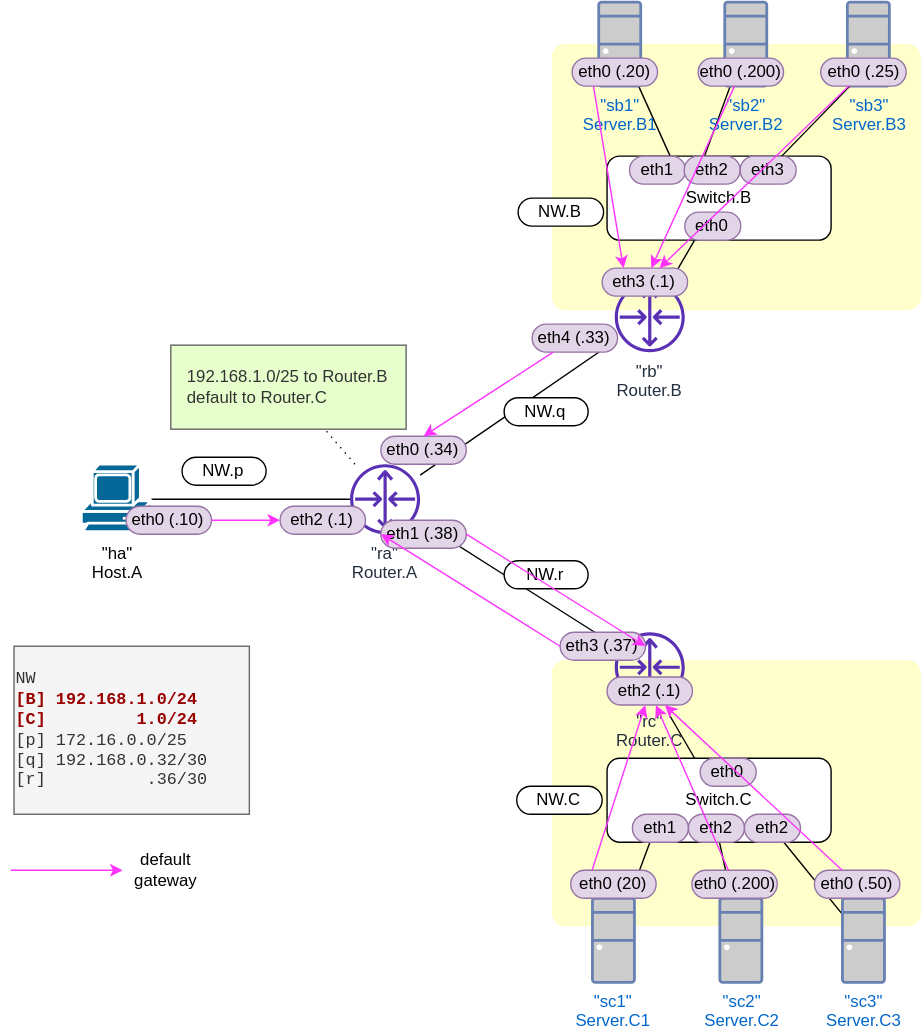
Before: exercise_docs/l3nw1/topology.drawio.svg, a diagram exported from draw.io (infra-handson/network-training). Source tidied: cells renumbered, new cells last; positions are measured from the earlier drawing's top-left corner, leaving out a move shared by most shapes.
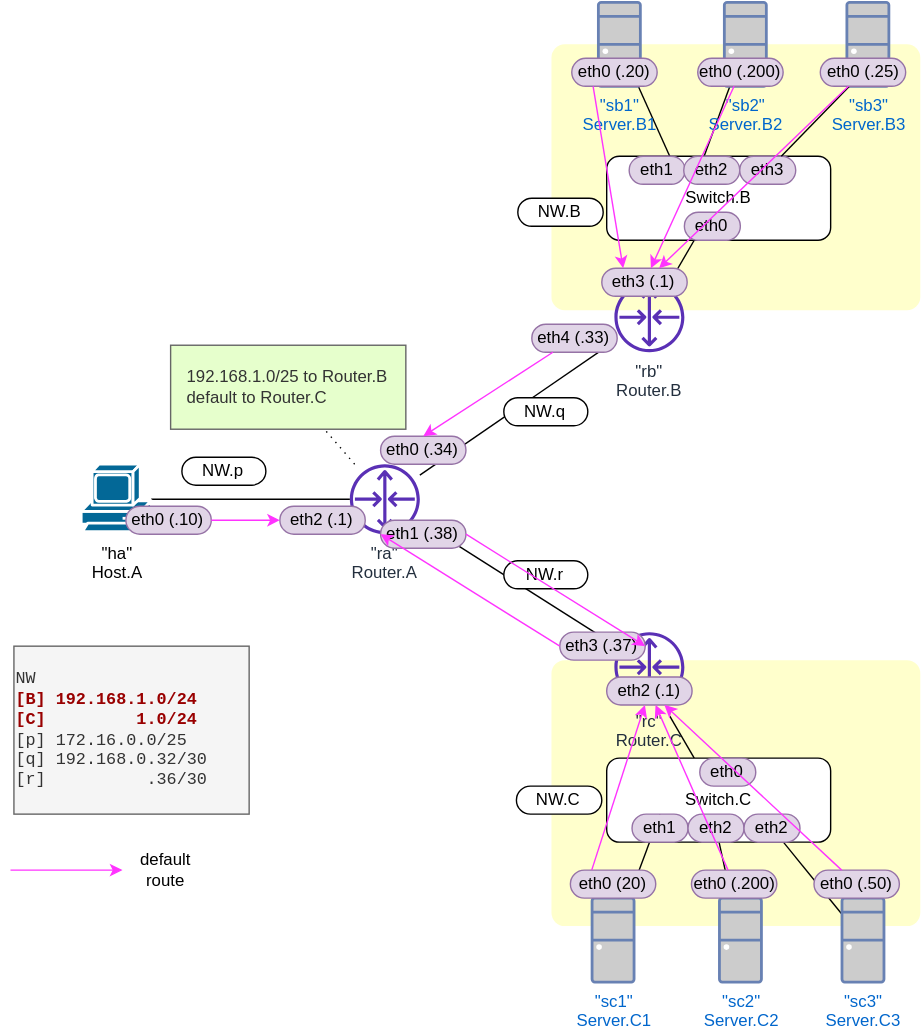
The same file after the commit.

Diff of the diagram source:
```diff
@@ -14,7 +14,7 @@
         <mxPoint x="80" y="620" as="targetPoint" />
       </mxGeometry>
     </mxCell>
-    <mxCell id="5" value="default&lt;br&gt;gateway" style="text;html=1;strokeColor=none;fillColor=none;align=center;verticalAlign=middle;whiteSpace=wrap;rounded=0;" parent="1" vertex="1">
+    <mxCell id="5" value="default&lt;br&gt;route" style="text;html=1;strokeColor=none;fillColor=none;align=center;verticalAlign=middle;whiteSpace=wrap;rounded=0;" parent="1" vertex="1">
       <mxGeometry x="91" y="610" width="40" height="20" as="geometry" />
     </mxCell>
     <mxCell id="6" style="edgeStyle=none;rounded=0;jettySize=auto;html=1;endArrow=none;endFill=0;" parent="1" edge="1" source="8" target="13">
```
